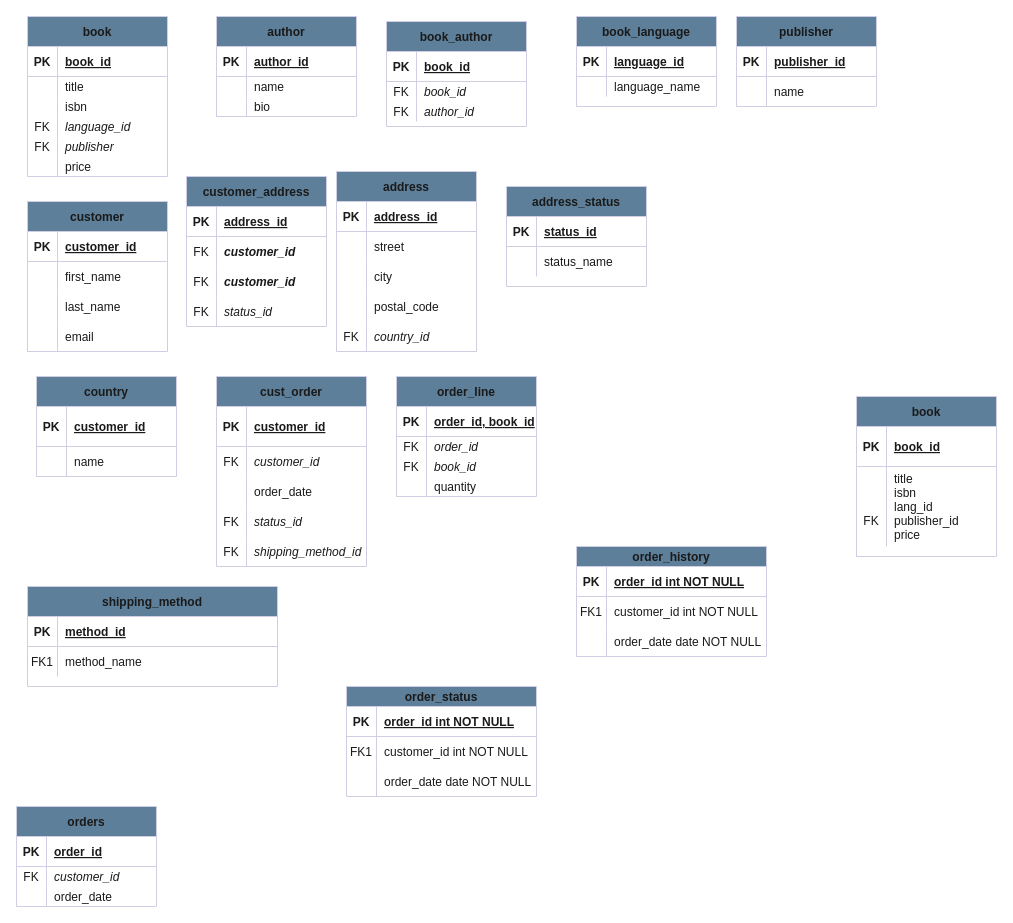
Before: NerdHub_Store.drawio in Sir-Poeksie/nerdhub_store, a draw.io diagram. Source tidied: cells renumbered, new cells numbered last; positions are measured from the earlier drawing's top-left corner, leaving out a move shared by most shapes. Both pictures are drawn from the tidied source at 100%, with x=0, y=0 at pixel (16, 16).
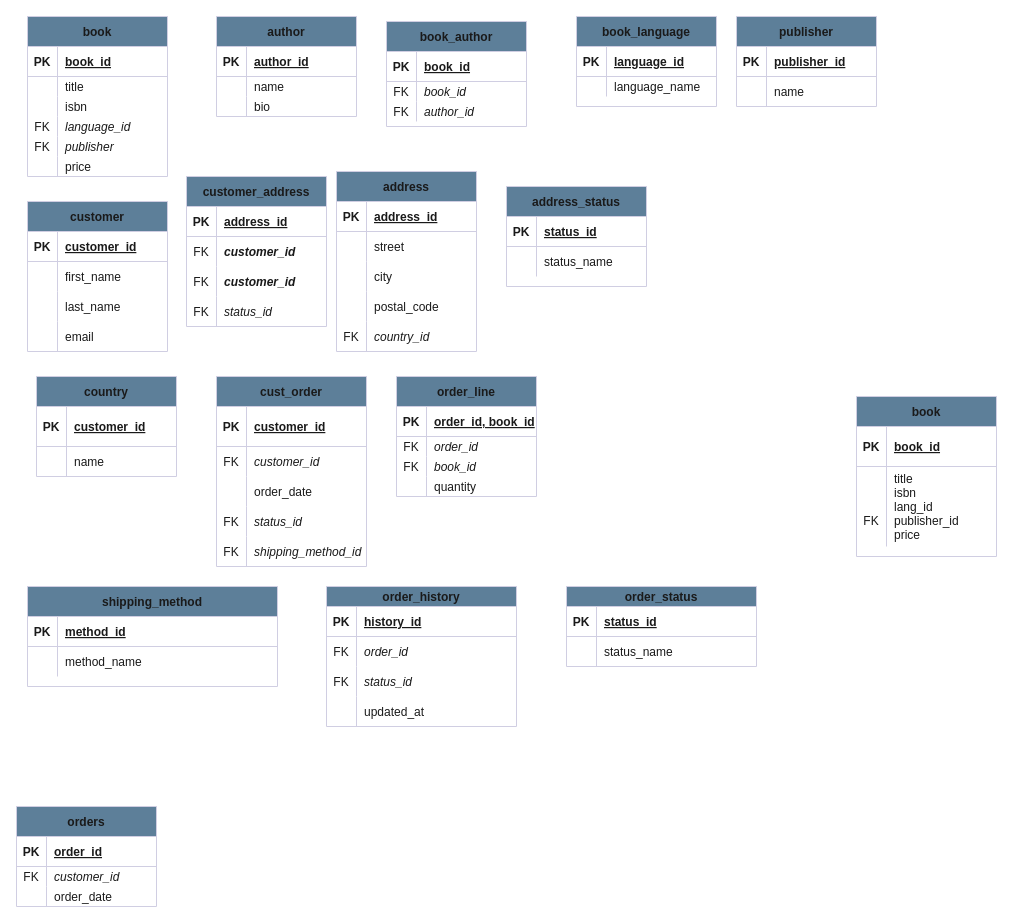
After the change.

The change refers to these unchanged cells:
```xml
<mxCell id="3" style="shape=partialRectangle;fillColor=none;top=0;left=0;right=0;bottom=1;labelBackgroundColor=none;strokeColor=#D0CEE2;fontColor=#1A1A1A;" parent="2" vertex="1">
  <mxGeometry y="20" width="190" height="30" as="geometry" />
</mxCell>
<mxCell id="6" style="shape=partialRectangle;fillColor=none;top=0;left=0;right=0;bottom=0;labelBackgroundColor=none;strokeColor=#D0CEE2;fontColor=#1A1A1A;" parent="2" vertex="1">
  <mxGeometry y="50" width="190" height="30" as="geometry" />
</mxCell>
<mxCell id="16" style="shape=partialRectangle;fillColor=none;top=0;left=0;right=0;bottom=0;labelBackgroundColor=none;strokeColor=#D0CEE2;fontColor=#1A1A1A;" parent="12" vertex="1">
  <mxGeometry y="60" width="250" height="30" as="geometry" />
</mxCell>
<mxCell id="106" style="shape=partialRectangle;fillColor=none;top=0;left=0;right=0;bottom=1;labelBackgroundColor=none;strokeColor=#D0CEE2;fontColor=#1A1A1A;" parent="105" vertex="1">
  <mxGeometry y="20" width="190" height="30" as="geometry" />
</mxCell>
<mxCell id="109" style="shape=partialRectangle;fillColor=none;top=0;left=0;right=0;bottom=0;labelBackgroundColor=none;strokeColor=#D0CEE2;fontColor=#1A1A1A;" parent="105" vertex="1">
  <mxGeometry y="50" width="190" height="30" as="geometry" />
</mxCell>
```

What changed in the source:
```diff
@@
     <mxCell id="2" value="order_history" style="shape=table;startSize=20;childLayout=tableLayout;rowLines=0;fontStyle=1;align=center;labelBackgroundColor=none;fillColor=#5D7F99;strokeColor=#D0CEE2;fontColor=#1A1A1A;" parent="1" vertex="1">
-      <mxGeometry x="560" y="530" width="190" height="110" as="geometry" />
+      <mxGeometry x="310" y="570" width="190" height="140" as="geometry" />
     </mxCell>
@@
-    <mxCell id="5" value="order_id int NOT NULL " style="shape=partialRectangle;overflow=hidden;fillColor=none;top=0;left=0;bottom=0;right=0;align=left;spacingLeft=6;fontStyle=5;labelBackgroundColor=none;strokeColor=#D0CEE2;fontColor=#1A1A1A;" parent="3" vertex="1">
+    <mxCell id="5" value="history_id" style="shape=partialRectangle;overflow=hidden;fillColor=none;top=0;left=0;bottom=0;right=0;align=left;spacingLeft=6;fontStyle=5;labelBackgroundColor=none;strokeColor=#D0CEE2;fontColor=#1A1A1A;" parent="3" vertex="1">
       <mxGeometry x="30" width="160" height="30" as="geometry" />
     </mxCell>
@@
-    <mxCell id="7" value="FK1" style="shape=partialRectangle;overflow=hidden;fillColor=none;top=0;left=0;bottom=0;right=0;labelBackgroundColor=none;strokeColor=#D0CEE2;fontColor=#1A1A1A;" parent="6" vertex="1">
+    <mxCell id="7" value="FK" style="shape=partialRectangle;overflow=hidden;fillColor=none;top=0;left=0;bottom=0;right=0;labelBackgroundColor=none;strokeColor=#D0CEE2;fontColor=#1A1A1A;" parent="6" vertex="1">
       <mxGeometry width="30" height="30" as="geometry" />
     </mxCell>
-    <mxCell id="8" value="customer_id int NOT NULL" style="shape=partialRectangle;overflow=hidden;fillColor=none;top=0;left=0;bottom=0;right=0;align=left;spacingLeft=6;labelBackgroundColor=none;strokeColor=#D0CEE2;fontColor=#1A1A1A;" parent="6" vertex="1">
+    <mxCell id="8" value="order_id" style="shape=partialRectangle;overflow=hidden;fillColor=none;top=0;left=0;bottom=0;right=0;align=left;spacingLeft=6;labelBackgroundColor=none;strokeColor=#D0CEE2;fontColor=#1A1A1A;fontStyle=2;" parent="6" vertex="1">
       <mxGeometry x="30" width="160" height="30" as="geometry" />
     </mxCell>
+    <mxCell id="112" style="shape=partialRectangle;fillColor=none;top=0;left=0;right=0;bottom=0;labelBackgroundColor=none;strokeColor=#D0CEE2;fontColor=#1A1A1A;" parent="2" vertex="1">
+      <mxGeometry y="80" width="190" height="30" as="geometry" />
+    </mxCell>
+    <mxCell id="184" value="FK" style="shape=partialRectangle;overflow=hidden;fillColor=none;top=0;left=0;bottom=0;right=0;labelBackgroundColor=none;strokeColor=#D0CEE2;fontColor=#1A1A1A;" parent="112" vertex="1">
+      <mxGeometry width="30" height="30" as="geometry" />
+    </mxCell>
+    <mxCell id="185" value="status_id" style="shape=partialRectangle;overflow=hidden;fillColor=none;top=0;left=0;bottom=0;right=0;align=left;spacingLeft=6;labelBackgroundColor=none;strokeColor=#D0CEE2;fontColor=#1A1A1A;fontStyle=2;" parent="112" vertex="1">
+      <mxGeometry x="30" width="160" height="30" as="geometry" />
+    </mxCell>
     <mxCell id="9" style="shape=partialRectangle;fillColor=none;top=0;left=0;right=0;bottom=0;labelBackgroundColor=none;strokeColor=#D0CEE2;fontColor=#1A1A1A;" parent="2" vertex="1">
-      <mxGeometry y="80" width="190" height="30" as="geometry" />
+      <mxGeometry y="110" width="190" height="30" as="geometry" />
     </mxCell>
@@
-    <mxCell id="11" value="order_date date NOT NULL" style="shape=partialRectangle;overflow=hidden;fillColor=none;top=0;left=0;bottom=0;right=0;align=left;spacingLeft=6;labelBackgroundColor=none;strokeColor=#D0CEE2;fontColor=#1A1A1A;" parent="9" vertex="1">
+    <mxCell id="11" value="updated_at" style="shape=partialRectangle;overflow=hidden;fillColor=none;top=0;left=0;bottom=0;right=0;align=left;spacingLeft=6;labelBackgroundColor=none;strokeColor=#D0CEE2;fontColor=#1A1A1A;" parent="9" vertex="1">
       <mxGeometry x="30" width="160" height="30" as="geometry" />
     </mxCell>
@@
-    <mxCell id="17" value="FK1" style="shape=partialRectangle;overflow=hidden;fillColor=none;top=0;left=0;bottom=0;right=0;labelBackgroundColor=none;strokeColor=#D0CEE2;fontColor=#1A1A1A;" parent="16" vertex="1">
+    <mxCell id="17" style="shape=partialRectangle;overflow=hidden;fillColor=none;top=0;left=0;bottom=0;right=0;labelBackgroundColor=none;strokeColor=#D0CEE2;fontColor=#1A1A1A;" parent="16" vertex="1">
       <mxGeometry width="30" height="30" as="geometry" />
     </mxCell>
@@
     <mxCell id="105" value="order_status" style="shape=table;startSize=20;childLayout=tableLayout;rowLines=0;fontStyle=1;align=center;labelBackgroundColor=none;fillColor=#5D7F99;strokeColor=#D0CEE2;fontColor=#1A1A1A;" parent="1" vertex="1">
-      <mxGeometry x="330" y="670" width="190" height="110" as="geometry" />
+      <mxGeometry x="550" y="570" width="190" height="80" as="geometry" />
     </mxCell>
@@
-    <mxCell id="108" value="order_id int NOT NULL " style="shape=partialRectangle;overflow=hidden;fillColor=none;top=0;left=0;bottom=0;right=0;align=left;spacingLeft=6;fontStyle=5;labelBackgroundColor=none;strokeColor=#D0CEE2;fontColor=#1A1A1A;" parent="106" vertex="1">
+    <mxCell id="108" value="status_id" style="shape=partialRectangle;overflow=hidden;fillColor=none;top=0;left=0;bottom=0;right=0;align=left;spacingLeft=6;fontStyle=5;labelBackgroundColor=none;strokeColor=#D0CEE2;fontColor=#1A1A1A;" parent="106" vertex="1">
       <mxGeometry x="30" width="160" height="30" as="geometry" />
     </mxCell>
@@
-    <mxCell id="110" value="FK1" style="shape=partialRectangle;overflow=hidden;fillColor=none;top=0;left=0;bottom=0;right=0;labelBackgroundColor=none;strokeColor=#D0CEE2;fontColor=#1A1A1A;" parent="109" vertex="1">
+    <mxCell id="110" style="shape=partialRectangle;overflow=hidden;fillColor=none;top=0;left=0;bottom=0;right=0;labelBackgroundColor=none;strokeColor=#D0CEE2;fontColor=#1A1A1A;" parent="109" vertex="1">
       <mxGeometry width="30" height="30" as="geometry" />
     </mxCell>
-    <mxCell id="111" value="customer_id int NOT NULL" style="shape=partialRectangle;overflow=hidden;fillColor=none;top=0;left=0;bottom=0;right=0;align=left;spacingLeft=6;labelBackgroundColor=none;strokeColor=#D0CEE2;fontColor=#1A1A1A;" parent="109" vertex="1">
+    <mxCell id="111" value="status_name" style="shape=partialRectangle;overflow=hidden;fillColor=none;top=0;left=0;bottom=0;right=0;align=left;spacingLeft=6;labelBackgroundColor=none;strokeColor=#D0CEE2;fontColor=#1A1A1A;" parent="109" vertex="1">
       <mxGeometry x="30" width="160" height="30" as="geometry" />
     </mxCell>
-    <mxCell id="112" style="shape=partialRectangle;fillColor=none;top=0;left=0;right=0;bottom=0;labelBackgroundColor=none;strokeColor=#D0CEE2;fontColor=#1A1A1A;" parent="105" vertex="1">
-      <mxGeometry y="80" width="190" height="30" as="geometry" />
-    </mxCell>
-    <mxCell id="113" style="shape=partialRectangle;overflow=hidden;fillColor=none;top=0;left=0;bottom=0;right=0;labelBackgroundColor=none;strokeColor=#D0CEE2;fontColor=#1A1A1A;" parent="112" vertex="1">
-      <mxGeometry width="30" height="30" as="geometry" />
-    </mxCell>
-    <mxCell id="114" value="order_date date NOT NULL" style="shape=partialRectangle;overflow=hidden;fillColor=none;top=0;left=0;bottom=0;right=0;align=left;spacingLeft=6;labelBackgroundColor=none;strokeColor=#D0CEE2;fontColor=#1A1A1A;" parent="112" vertex="1">
-      <mxGeometry x="30" width="160" height="30" as="geometry" />
-    </mxCell>
```
